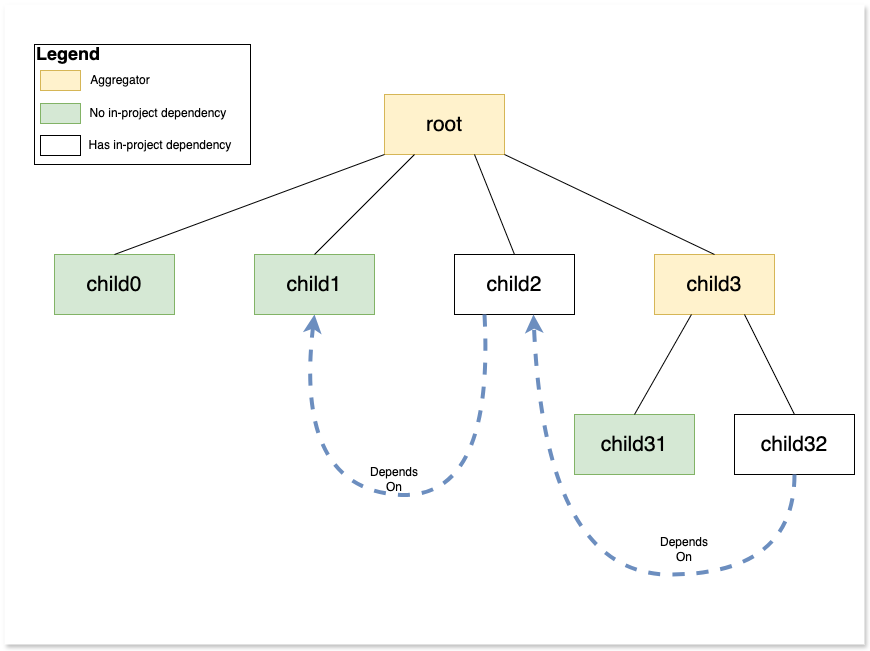
c-guntur/maven-4-is-awesome keeps this draw.io diagram as maven3/assets/images/MavenMultimodule.png. Above is the earlier version. Source tidied: cells renumbered, new cells last; positions are measured from the earlier drawing's top-left corner, leaving out a move shared by most shapes.
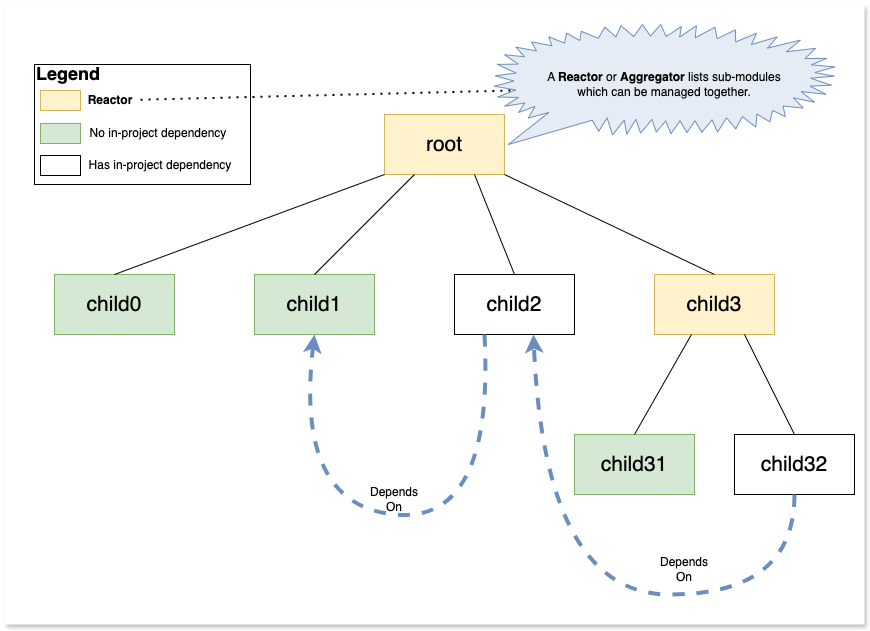
The same diagram one commit later.

The edit, as a diff of the source:
```diff
@@ -2,9 +2,9 @@
   <root>
     <mxCell id="0" />
     <mxCell id="1" parent="0" />
-    <mxCell id="2" style="rounded=0;whiteSpace=wrap;html=1;glass=0;shadow=1;strokeColor=none;" parent="1" vertex="1">
-      <mxGeometry width="860" height="640" as="geometry" />
-    </mxCell>
+    <mxCell id="28" style="rounded=0;whiteSpace=wrap;html=1;glass=0;shadow=1;strokeColor=none;" parent="1" vertex="1">
+      <mxGeometry y="-20" width="860" height="620" as="geometry" />
+    </mxCell>
     <mxCell id="3" value="root" style="rounded=0;whiteSpace=wrap;html=1;fillColor=#fff2cc;strokeColor=#d6b656;fontSize=21;" parent="1" vertex="1">
       <mxGeometry x="380" y="90" width="120" height="60" as="geometry" />
     </mxCell>
@@ -75,9 +75,9 @@
     <mxCell id="22" style="rounded=0;whiteSpace=wrap;html=1;fillColor=#fff2cc;strokeColor=#d6b656;fontSize=21;" parent="20" vertex="1">
       <mxGeometry x="6" y="26" width="40" height="20" as="geometry" />
     </mxCell>
-    <mxCell id="23" value="Aggregator" style="text;strokeColor=none;align=center;fillColor=none;html=1;verticalAlign=middle;whiteSpace=wrap;rounded=0;" parent="20" vertex="1">
-      <mxGeometry x="56" y="21" width="60" height="30" as="geometry" />
-    </mxCell>
+    <mxCell id="29" value="&lt;b&gt;Reactor&lt;/b&gt;" style="text;strokeColor=none;align=center;fillColor=none;html=1;verticalAlign=middle;whiteSpace=wrap;rounded=0;" parent="20" vertex="1">
+      <mxGeometry x="46" y="21" width="60" height="30" as="geometry" />
+    </mxCell>
     <mxCell id="24" style="rounded=0;whiteSpace=wrap;html=1;fillColor=#d5e8d4;strokeColor=#82b366;fontSize=21;" parent="20" vertex="1">
       <mxGeometry x="6" y="59" width="40" height="20" as="geometry" />
     </mxCell>
@@ -90,5 +90,11 @@
     <mxCell id="27" value="Has in-project dependency" style="text;strokeColor=none;align=center;fillColor=none;html=1;verticalAlign=middle;whiteSpace=wrap;rounded=0;" parent="20" vertex="1">
       <mxGeometry x="51" y="86" width="150" height="30" as="geometry" />
     </mxCell>
+    <mxCell id="30" value="A &lt;b&gt;Reactor&lt;/b&gt; or &lt;b&gt;Aggregator&lt;/b&gt; lists sub-modules&lt;br&gt;which can be managed together." style="whiteSpace=wrap;html=1;shape=mxgraph.basic.loud_callout;fillColor=#e5ecf5;strokeColor=#6c8ebf;" parent="1" vertex="1">
+      <mxGeometry x="490" width="340" height="120" as="geometry" />
+    </mxCell>
+    <mxCell id="31" style="endArrow=none;dashed=1;html=1;dashPattern=1 3;strokeWidth=2;rounded=0;entryX=0.053;entryY=0.55;entryDx=0;entryDy=0;entryPerimeter=0;" parent="1" edge="1" source="29" target="30">
+      <mxGeometry relative="1" as="geometry" />
+    </mxCell>
   </root>
 </mxGraphModel>
```
